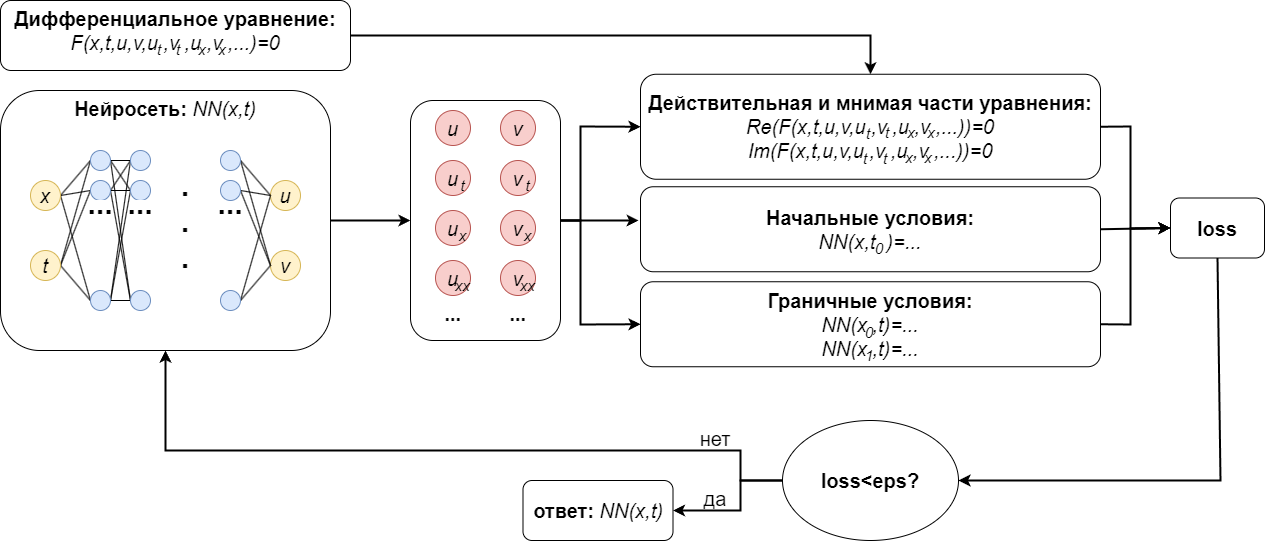
Earlier version of the draw.io export pictures/illustration.png (mikhakuv/PINNs_Loss_Balancing). Source tidied: cells renumbered, new cells last; positions are measured from the earlier drawing's top-left corner, leaving out a move shared by most shapes.
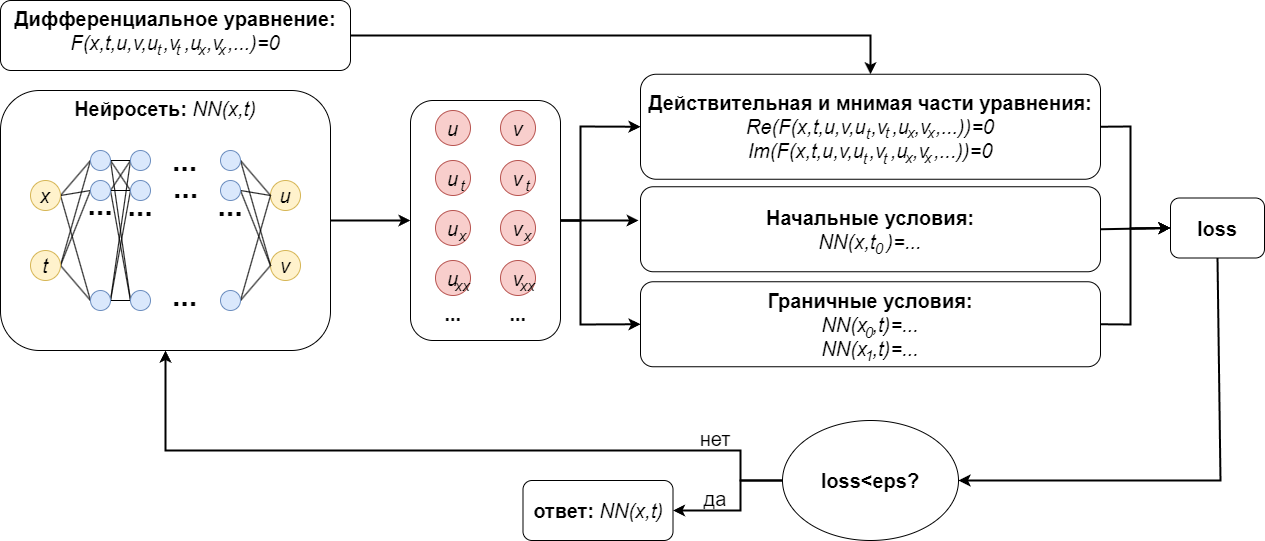
The same diagram one commit later.

Change to the diagram source:
```diff
@@ -76,7 +76,7 @@
       <mxGeometry x="90" y="290" width="20" height="20" as="geometry" />
     </mxCell>
     <mxCell id="25" value="..." style="swimlane;startSize=0;fillColor=none;strokeColor=#FFFFFF;fontSize=30;" parent="1" vertex="1">
-      <mxGeometry x="225" y="200" width="10" height="10" as="geometry" />
+      <mxGeometry x="225" y="202" width="10" height="10" as="geometry" />
     </mxCell>
     <mxCell id="26" style="edgeStyle=none;shape=connector;rounded=0;jettySize=auto;html=1;exitX=1;exitY=0.5;exitDx=0;exitDy=0;entryX=0;entryY=0.5;entryDx=0;entryDy=0;labelBackgroundColor=default;strokeColor=default;fontFamily=Helvetica;fontSize=11;fontColor=default;endArrow=none;endFill=0;" parent="1" edge="1" source="28" target="11">
       <mxGeometry relative="1" as="geometry" />
@@ -115,14 +115,11 @@
       <mxGeometry x="130" y="290" width="20" height="20" as="geometry" />
     </mxCell>
     <mxCell id="38" value="..." style="swimlane;startSize=0;fillColor=none;strokeColor=#FFFFFF;fontSize=30;" parent="1" vertex="1">
-      <mxGeometry x="95" y="200" width="10" height="10" as="geometry" />
+      <mxGeometry x="95" y="201" width="10" height="10" as="geometry" />
     </mxCell>
     <mxCell id="39" value="..." style="swimlane;startSize=0;fillColor=none;strokeColor=#FFFFFF;fontSize=30;" parent="1" vertex="1">
-      <mxGeometry x="135" y="200" width="10" height="20" as="geometry" />
+      <mxGeometry x="135" y="202" width="10" height="20" as="geometry" />
     </mxCell>
-    <mxCell id="40" value=".&#10;.&#10;." style="swimlane;startSize=0;fontFamily=Helvetica;fontSize=30;fontColor=default;fillColor=none;strokeColor=none;verticalAlign=top;flipH=1;flipV=0;" parent="1" vertex="1">
-      <mxGeometry x="170" y="160" width="30" height="130" as="geometry" />
-    </mxCell>
     <mxCell id="41" style="edgeStyle=none;shape=connector;rounded=0;jettySize=auto;html=1;exitX=1;exitY=0.5;exitDx=0;exitDy=0;entryX=0;entryY=0.5;entryDx=0;entryDy=0;labelBackgroundColor=default;strokeColor=default;fontFamily=Helvetica;fontSize=11;fontColor=default;endArrow=classic;endFill=1;strokeWidth=2;" parent="1" edge="1" source="44" target="65">
       <mxGeometry relative="1" as="geometry">
         <Array as="points">
@@ -326,5 +323,14 @@
     <mxCell id="92" value="нет" style="swimlane;startSize=0;fontFamily=Helvetica;fontSize=20;fontColor=default;fillColor=none;strokeColor=none;verticalAlign=top;fontStyle=0;" parent="1" vertex="1">
       <mxGeometry x="700" y="420" width="30" height="30" as="geometry" />
     </mxCell>
+    <mxCell id="93" value="..." style="swimlane;startSize=0;fillColor=none;strokeColor=#FFFFFF;fontSize=30;" parent="1" vertex="1">
+      <mxGeometry x="177" y="157" width="15" height="10" as="geometry" />
+    </mxCell>
+    <mxCell id="94" value="..." style="swimlane;startSize=0;fillColor=none;strokeColor=#FFFFFF;fontSize=30;" parent="1" vertex="1">
+      <mxGeometry x="178" y="184" width="15" height="10" as="geometry" />
+    </mxCell>
+    <mxCell id="95" value="..." style="swimlane;startSize=0;fillColor=none;strokeColor=#FFFFFF;fontSize=30;" parent="1" vertex="1">
+      <mxGeometry x="177" y="292" width="15" height="10" as="geometry" />
+    </mxCell>
   </root>
 </mxGraphModel>
```
